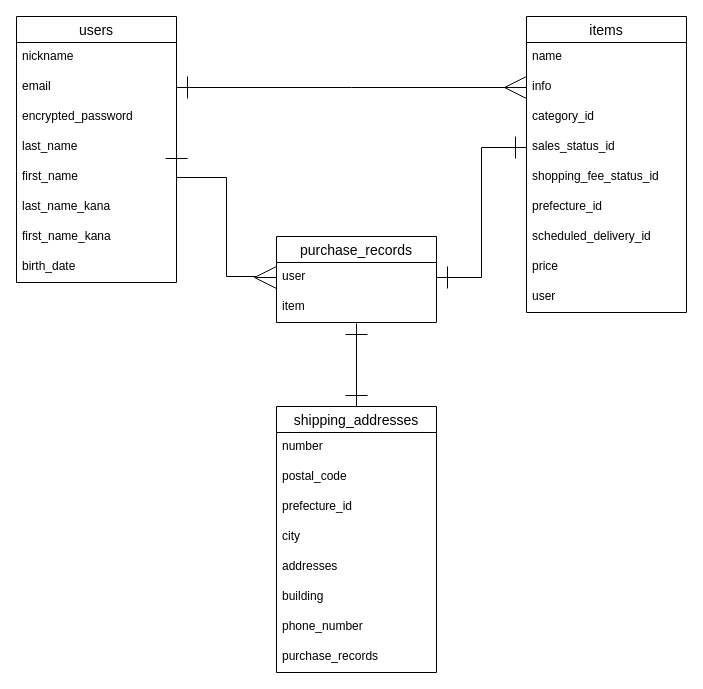
kazuki0925/furima-32459 keeps this draw.io diagram as furima-32459.dio. Above is the earlier version. Source tidied: cells renumbered, new cells numbered last; positions are measured from the earlier drawing's top-left corner, leaving out a move shared by most shapes. Both pictures are drawn from the tidied source at 100%, with x=0, y=0 at pixel (16, 16).
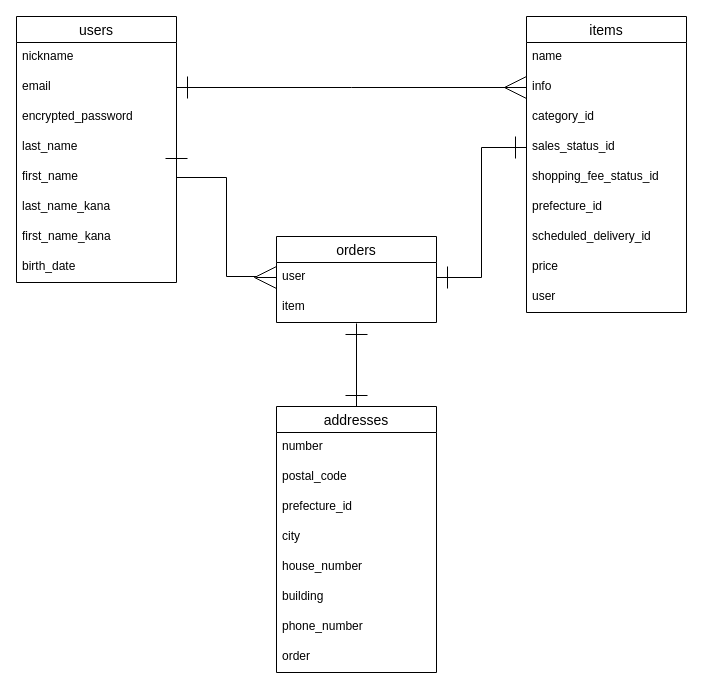
The same diagram, later.

Diff of the diagram source:
```diff
@@
-    <mxCell id="22" value="shipping_addresses" style="swimlane;fontStyle=0;horizontal=1;startSize=26;align=center;fontSize=14;" parent="1" vertex="1">
+    <mxCell id="22" value="addresses" style="swimlane;fontStyle=0;horizontal=1;startSize=26;align=center;fontSize=14;" parent="1" vertex="1">
       <mxGeometry x="260" y="390" width="160" height="266" as="geometry" />
     </mxCell>
@@
-    <mxCell id="27" value="addresses" style="text;strokeColor=none;fillColor=none;spacingLeft=4;spacingRight=4;overflow=hidden;fontSize=12;" parent="22" vertex="1">
+    <mxCell id="27" value="house_number" style="text;strokeColor=none;fillColor=none;spacingLeft=4;spacingRight=4;overflow=hidden;fontSize=12;" parent="22" vertex="1">
       <mxGeometry y="146" width="160" height="30" as="geometry" />
     </mxCell>
@@
-    <mxCell id="30" value="purchase_records" style="text;strokeColor=none;fillColor=none;spacingLeft=4;spacingRight=4;overflow=hidden;fontSize=12;" parent="22" vertex="1">
+    <mxCell id="30" value="order" style="text;strokeColor=none;fillColor=none;spacingLeft=4;spacingRight=4;overflow=hidden;fontSize=12;" parent="22" vertex="1">
       <mxGeometry y="236" width="160" height="30" as="geometry" />
     </mxCell>
@@
-    <mxCell id="32" value="purchase_records" style="swimlane;fontStyle=0;horizontal=1;startSize=26;align=center;fontSize=14;" parent="1" vertex="1">
+    <mxCell id="32" value="orders" style="swimlane;fontStyle=0;horizontal=1;startSize=26;align=center;fontSize=14;" parent="1" vertex="1">
       <mxGeometry x="260" y="220" width="160" height="86" as="geometry" />
     </mxCell>
```
